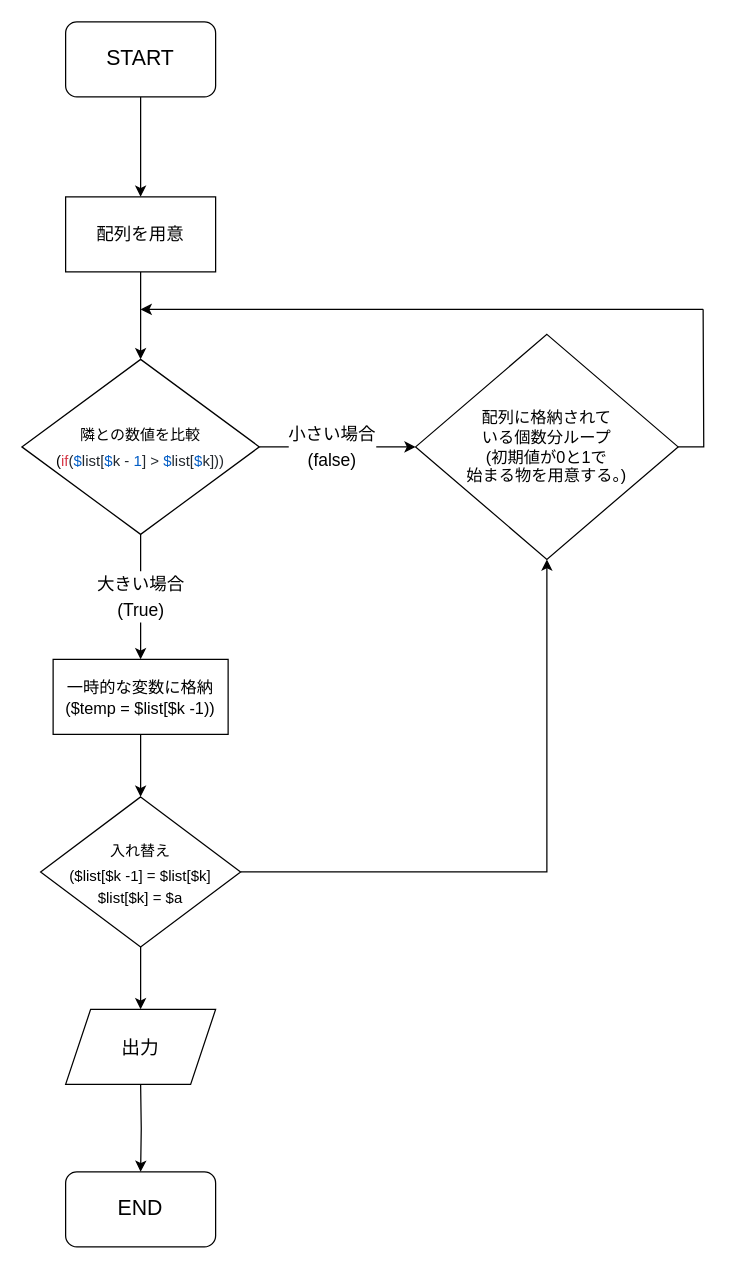
kansai-gamer/todays-code keeps this draw.io diagram as binary_search.drawio. Above is the earlier version. Source tidied: cells renumbered, new cells numbered last; positions are measured from the earlier drawing's top-left corner, leaving out a move shared by most shapes. Both pictures are drawn from the tidied source at 125%, with x=0, y=0 at pixel (21, 21).
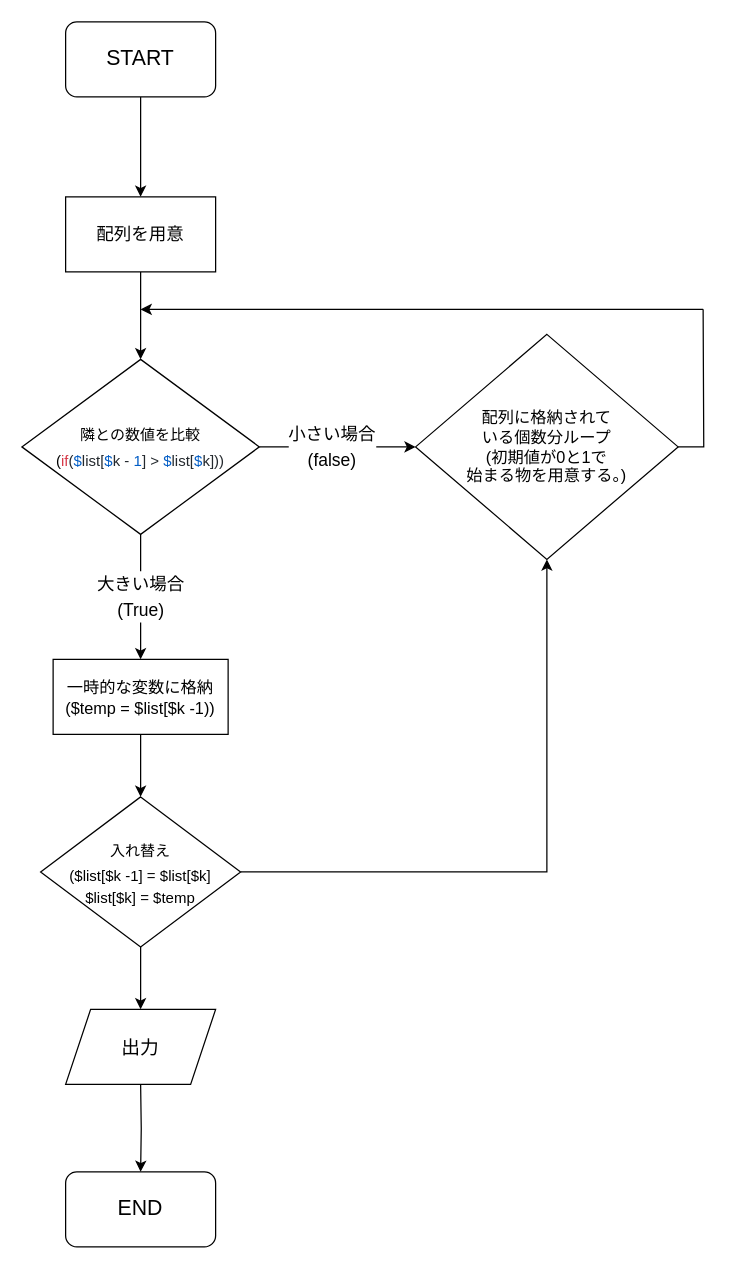
Above is the later version.

What changed in the source:
```diff
@@
-    <mxCell id="12" value="&lt;div&gt;&lt;span style=&quot;font-size: 12px&quot;&gt;入れ替え&lt;/span&gt;&lt;/div&gt;&lt;div&gt;&lt;span style=&quot;font-size: 12px&quot;&gt;($list[$k -1] = $list[$k]&lt;br&gt;&lt;/span&gt;&lt;/div&gt;&lt;div style=&quot;font-size: 12px&quot;&gt;$list[$k] = $a&lt;br&gt;&lt;/div&gt;" style="rhombus;whiteSpace=wrap;html=1;fontSize=17;" parent="1" vertex="1">
+    <mxCell id="12" value="&lt;div&gt;&lt;span style=&quot;font-size: 12px&quot;&gt;入れ替え&lt;/span&gt;&lt;/div&gt;&lt;div&gt;&lt;span style=&quot;font-size: 12px&quot;&gt;($list[$k -1] = $list[$k]&lt;br&gt;&lt;/span&gt;&lt;/div&gt;&lt;div style=&quot;font-size: 12px&quot;&gt;$list[$k] = $temp&lt;br&gt;&lt;/div&gt;" style="rhombus;whiteSpace=wrap;html=1;fontSize=17;" parent="1" vertex="1">
       <mxGeometry x="15" y="620" width="160" height="120" as="geometry" />
     </mxCell>
```
